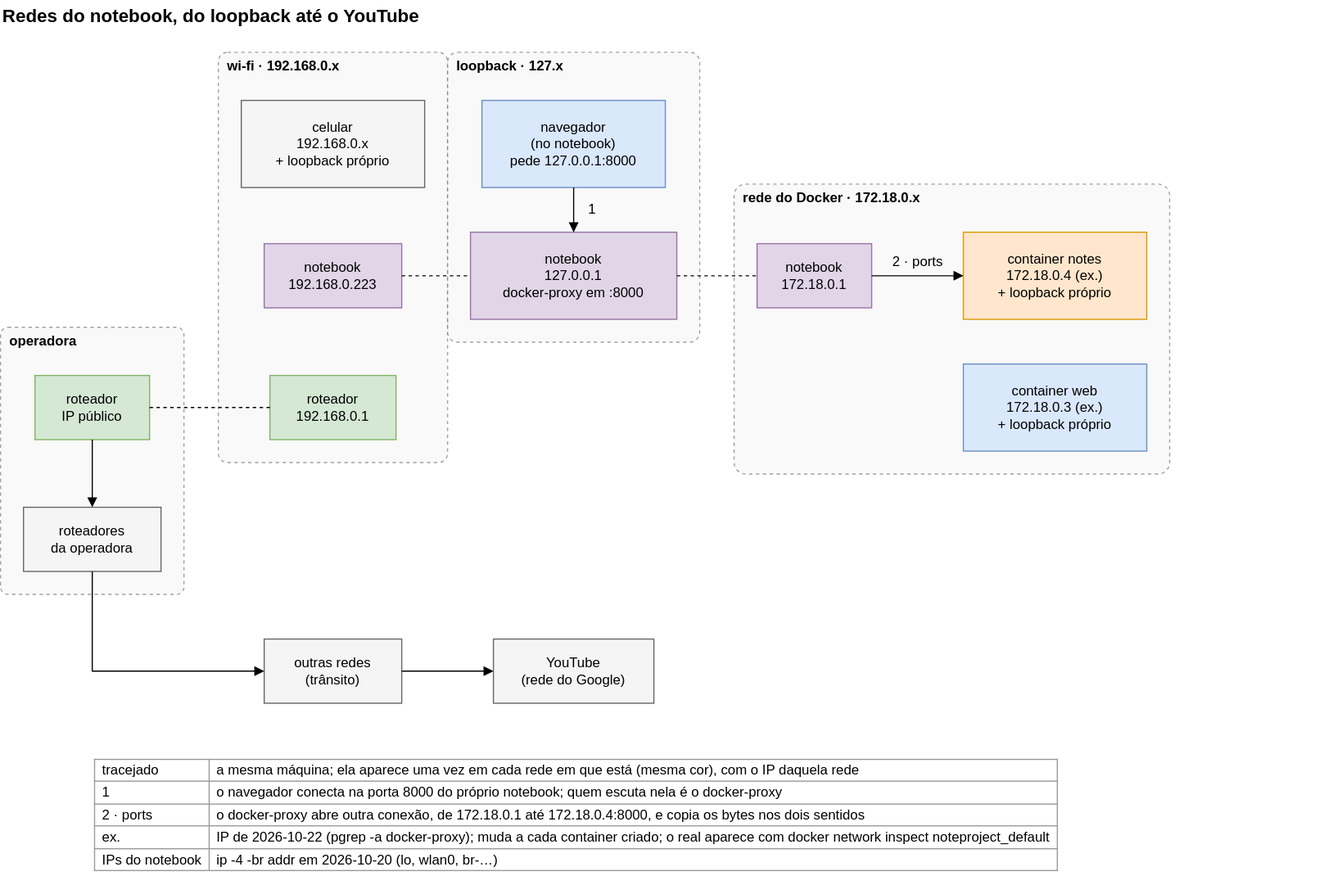
Above: ai/obsidian/Conceitos/Figuras/redes-do-notebook.drawio.svg in LuccaRh/NoteProject (draw.io), before the change. Source tidied: cells renumbered, new cells last; positions are measured from the earlier drawing's top-left corner, leaving out a move shared by most shapes.
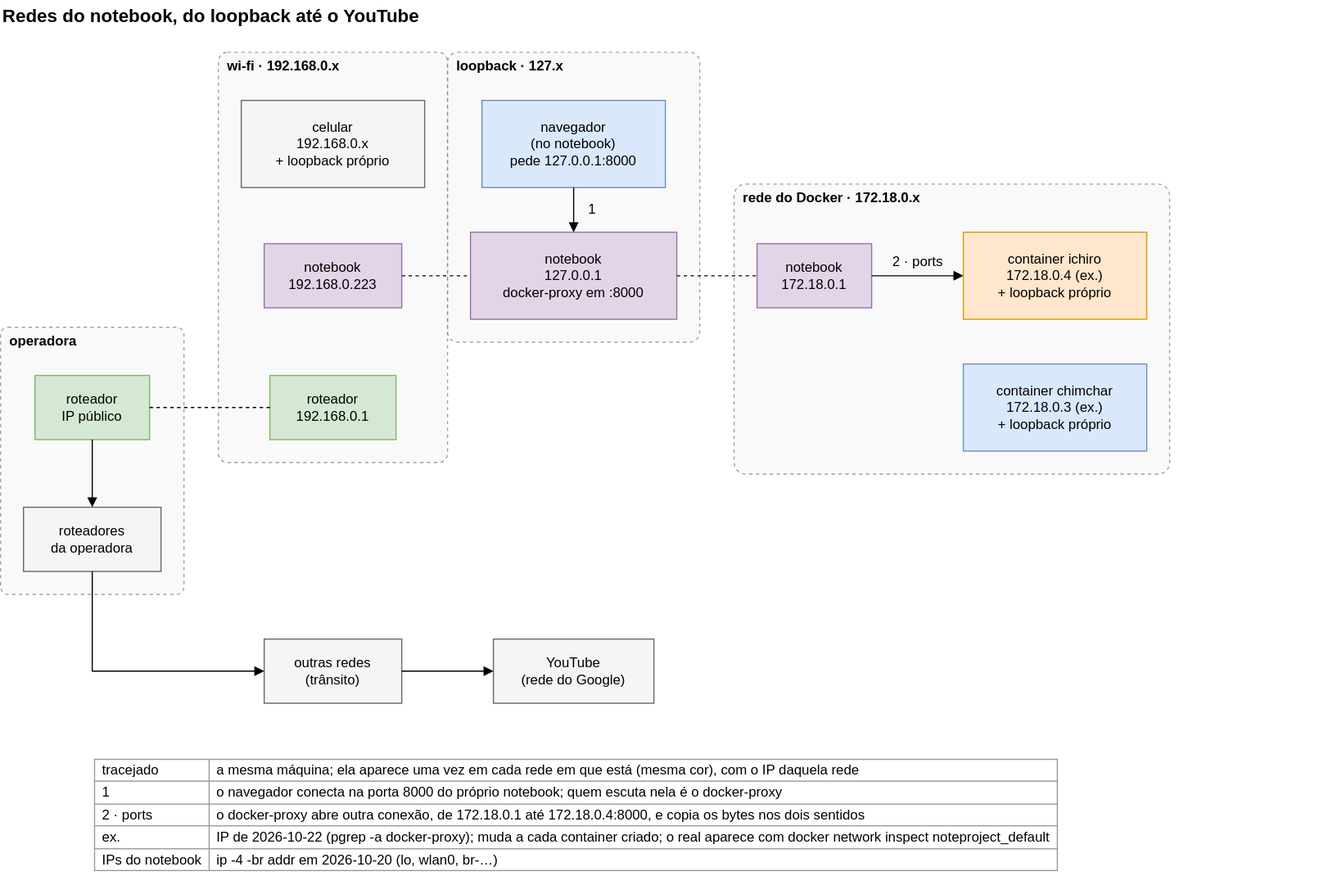
Later version of the same file.

Diff of the diagram source:
```diff
@@ -41,10 +41,10 @@
     <mxCell id="14" value="notebook&lt;br&gt;172.18.0.1" style="html=1;whiteSpace=wrap;fontSize=12;rounded=0;fillColor=#e1d5e7;strokeColor=#9673a6;" parent="1" vertex="1">
       <mxGeometry x="660" y="212" width="100" height="56" as="geometry" />
     </mxCell>
-    <mxCell id="15" value="container notes&lt;br&gt;172.18.0.4 (ex.)&lt;br&gt;+ loopback próprio" style="html=1;whiteSpace=wrap;fontSize=12;rounded=0;fillColor=#ffe6cc;strokeColor=#d79b00;" parent="1" vertex="1">
+    <mxCell id="15" value="container ichiro&lt;br&gt;172.18.0.4 (ex.)&lt;br&gt;+ loopback próprio" style="html=1;whiteSpace=wrap;fontSize=12;rounded=0;fillColor=#ffe6cc;strokeColor=#d79b00;" parent="1" vertex="1">
       <mxGeometry x="840" y="202" width="160" height="76" as="geometry" />
     </mxCell>
-    <mxCell id="16" value="container web&lt;br&gt;172.18.0.3 (ex.)&lt;br&gt;+ loopback próprio" style="html=1;whiteSpace=wrap;fontSize=12;rounded=0;fillColor=#dae8fc;strokeColor=#6c8ebf;" parent="1" vertex="1">
+    <mxCell id="16" value="container chimchar&lt;br&gt;172.18.0.3 (ex.)&lt;br&gt;+ loopback próprio" style="html=1;whiteSpace=wrap;fontSize=12;rounded=0;fillColor=#dae8fc;strokeColor=#6c8ebf;" parent="1" vertex="1">
       <mxGeometry x="840" y="317" width="160" height="76" as="geometry" />
     </mxCell>
     <mxCell id="17" value="outras redes&lt;br&gt;(trânsito)" style="html=1;whiteSpace=wrap;fontSize=12;rounded=0;fillColor=#f5f5f5;strokeColor=#666666;" parent="1" vertex="1">
```
